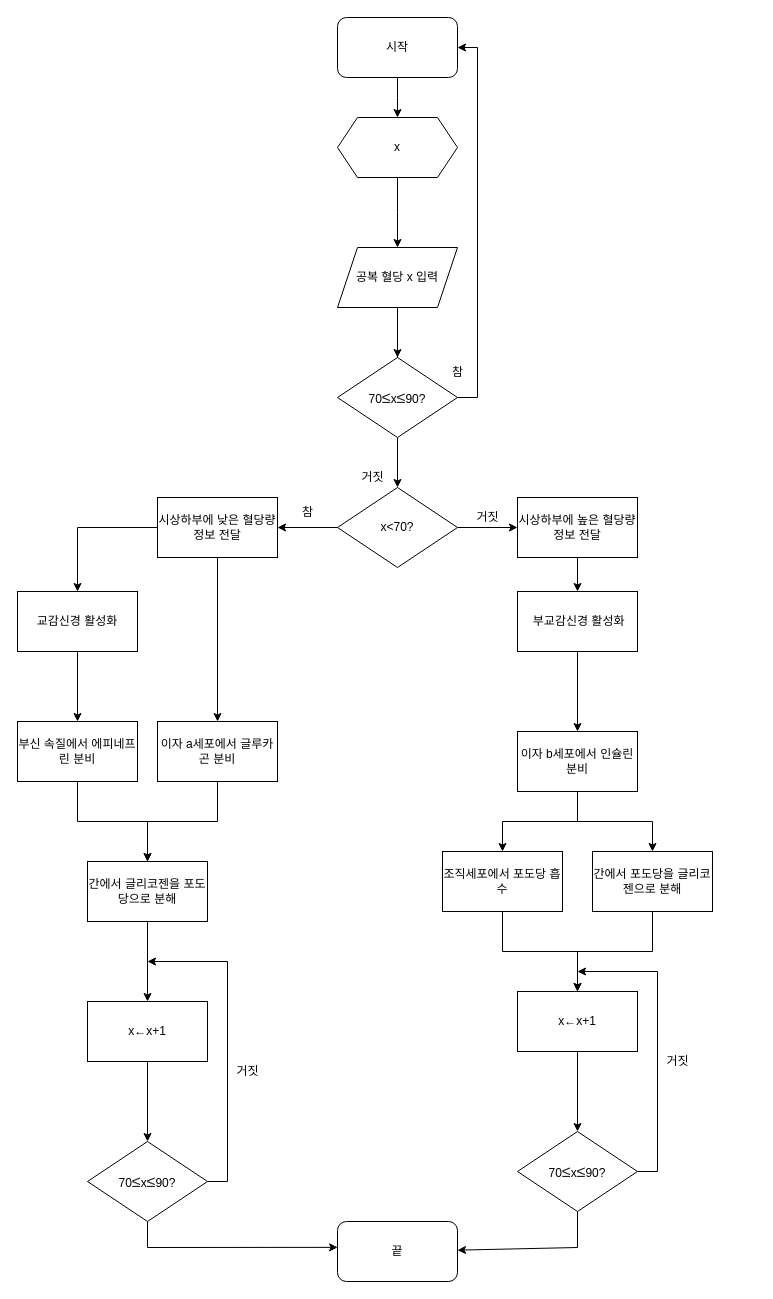
Limlim0208/fusion-subject-research keeps this draw.io diagram as page "혈당량 조절" (1 of 4) of Untitled Diagram.drawio. Above is the earlier version. Source tidied: cells renumbered, new cells numbered last; positions are measured from the earlier drawing's top-left corner, leaving out a move shared by most shapes. Both pictures are drawn from the tidied source at 100%, with x=0, y=0 at pixel (17, 17).
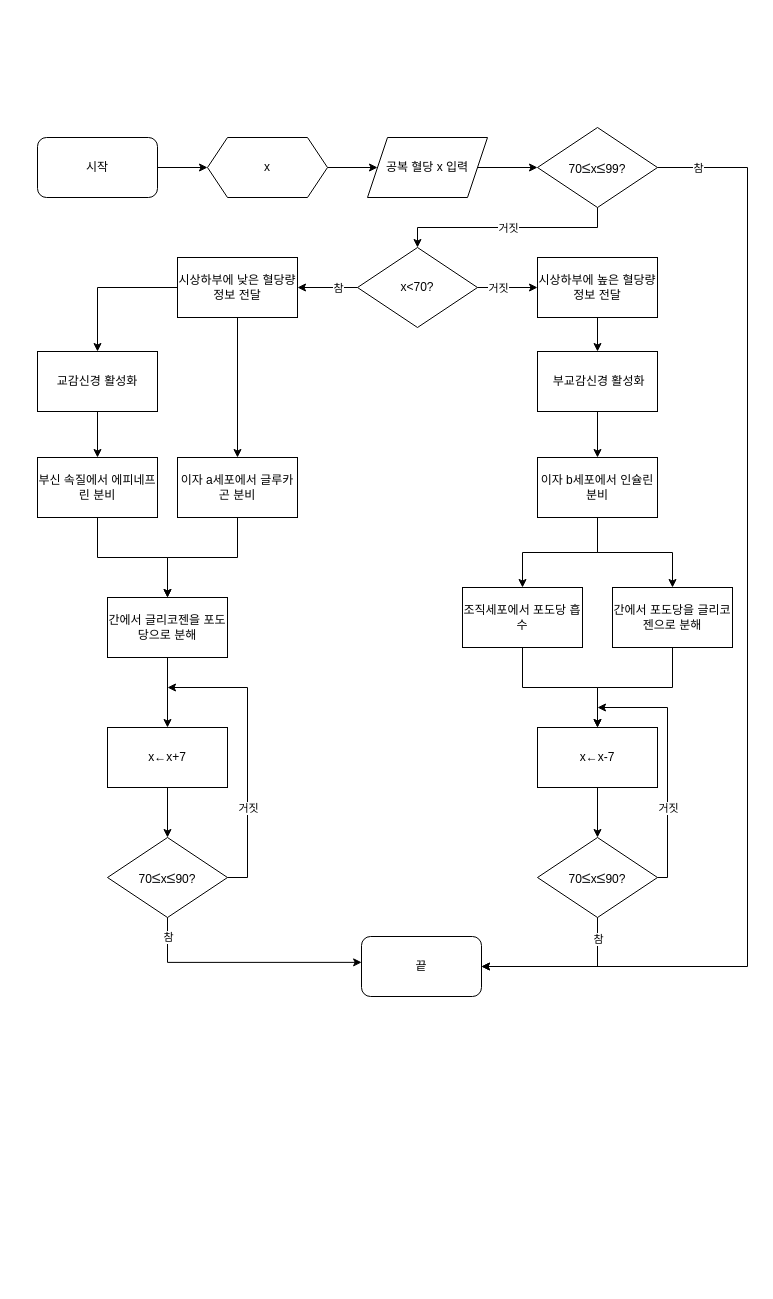
After the change.

The edit, as a diff of the source:
```diff
@@
-    <mxCell id="2" style="edgeStyle=orthogonalEdgeStyle;rounded=0;jettySize=auto;html=1;strokeColor=default;" parent="1" edge="1" source="3">
-      <mxGeometry relative="1" as="geometry">
-        <mxPoint x="380" y="100" as="targetPoint" />
-      </mxGeometry>
+    <mxCell id="2" style="edgeStyle=orthogonalEdgeStyle;rounded=0;jettySize=auto;html=1;strokeColor=default;entryX=0;entryY=0.5;entryDx=0;entryDy=0;" parent="1" edge="1" source="3" target="23">
+      <mxGeometry relative="1" as="geometry" />
     </mxCell>
     <mxCell id="3" value="시작" style="rounded=1;whiteSpace=wrap;html=1;" parent="1" vertex="1">
-      <mxGeometry x="320" width="120" height="60" as="geometry" />
+      <mxGeometry x="20" y="120" width="120" height="60" as="geometry" />
     </mxCell>
-    <mxCell id="4" style="edgeStyle=orthogonalEdgeStyle;rounded=0;orthogonalLoop=1;jettySize=auto;html=1;strokeColor=default;" parent="1" edge="1">
-      <mxGeometry relative="1" as="geometry">
-        <mxPoint x="380" y="290" as="sourcePoint" />
-        <mxPoint x="380" y="360" as="targetPoint" />
-      </mxGeometry>
-    </mxCell>
-    <mxCell id="5" value="참" style="text;html=1;align=center;verticalAlign=middle;strokeColor=none;fillColor=none;" parent="1" vertex="1">
-      <mxGeometry x="420" y="340" width="40" height="30" as="geometry" />
-    </mxCell>
-    <mxCell id="6" style="edgeStyle=orthogonalEdgeStyle;rounded=0;jettySize=auto;html=1;strokeColor=default;entryX=0.5;entryY=0;entryDx=0;entryDy=0;" parent="1" edge="1" source="7" target="11">
+    <mxCell id="6" style="edgeStyle=orthogonalEdgeStyle;rounded=0;jettySize=auto;html=1;strokeColor=default;entryX=0;entryY=0.5;entryDx=0;entryDy=0;" parent="1" edge="1" source="7" target="11">
       <mxGeometry relative="1" as="geometry" />
     </mxCell>
     <mxCell id="7" value="공복 혈당 x 입력" style="shape=parallelogram;perimeter=parallelogramPerimeter;whiteSpace=wrap;html=1;fixedSize=1;" parent="1" vertex="1">
-      <mxGeometry x="320" y="230" width="120" height="60" as="geometry" />
+      <mxGeometry x="350" y="120" width="120" height="60" as="geometry" />
     </mxCell>
-    <mxCell id="8" value="거짓" style="text;html=1;align=center;verticalAlign=middle;strokeColor=none;fillColor=none;" parent="1" vertex="1">
-      <mxGeometry x="330" y="445" width="50" height="30" as="geometry" />
-    </mxCell>
-    <mxCell id="9" style="rounded=0;jettySize=auto;html=1;strokeColor=default;edgeStyle=orthogonalEdgeStyle;entryX=1;entryY=0.5;entryDx=0;entryDy=0;" parent="1" edge="1" source="11" target="3">
-      <mxGeometry relative="1" as="geometry">
-        <Array as="points">
-          <mxPoint x="460" y="380" />
-          <mxPoint x="460" y="30" />
-        </Array>
-      </mxGeometry>
-    </mxCell>
-    <mxCell id="10" style="edgeStyle=orthogonalEdgeStyle;rounded=0;jettySize=auto;html=1;strokeColor=default;" parent="1" edge="1" source="11" target="14">
-      <mxGeometry relative="1" as="geometry" />
-    </mxCell>
-    <mxCell id="11" value="70&lt;span style=&quot;color: rgb(32, 33, 36); font-family: &amp;quot;Apple SD Gothic Neo&amp;quot;, arial, sans-serif; font-size: 16px; text-align: left; background-color: rgb(255, 255, 255);&quot;&gt;≤&lt;/span&gt;x&lt;span style=&quot;color: rgb(32, 33, 36); font-family: &amp;quot;Apple SD Gothic Neo&amp;quot;, arial, sans-serif; font-size: 16px; text-align: left; background-color: rgb(255, 255, 255);&quot;&gt;≤&lt;/span&gt;90?" style="rhombus;whiteSpace=wrap;html=1;" parent="1" vertex="1">
-      <mxGeometry x="320" y="340" width="120" height="80" as="geometry" />
+    <mxCell id="11" value="70&lt;span style=&quot;color: rgb(32, 33, 36); font-family: &amp;quot;Apple SD Gothic Neo&amp;quot;, arial, sans-serif; font-size: 16px; text-align: left; background-color: rgb(255, 255, 255);&quot;&gt;≤&lt;/span&gt;x&lt;span style=&quot;color: rgb(32, 33, 36); font-family: &amp;quot;Apple SD Gothic Neo&amp;quot;, arial, sans-serif; font-size: 16px; text-align: left; background-color: rgb(255, 255, 255);&quot;&gt;≤&lt;/span&gt;99?" style="rhombus;whiteSpace=wrap;html=1;" parent="1" vertex="1">
+      <mxGeometry x="520" y="110" width="120" height="80" as="geometry" />
     </mxCell>
-    <mxCell id="12" style="edgeStyle=orthogonalEdgeStyle;rounded=0;jettySize=auto;html=1;strokeColor=default;" parent="1" edge="1" source="14" target="17">
-      <mxGeometry relative="1" as="geometry" />
-    </mxCell>
-    <mxCell id="13" style="edgeStyle=orthogonalEdgeStyle;rounded=0;jettySize=auto;html=1;strokeColor=default;" parent="1" edge="1" source="14" target="20">
-      <mxGeometry relative="1" as="geometry" />
-    </mxCell>
     <mxCell id="14" value="x&amp;lt;70?" style="rhombus;whiteSpace=wrap;html=1;" parent="1" vertex="1">
-      <mxGeometry x="320" y="470" width="120" height="80" as="geometry" />
+      <mxGeometry x="340" y="230" width="120" height="80" as="geometry" />
     </mxCell>
@@
     <mxCell id="17" value="시상하부에 낮은 혈당량 정보 전달" style="whiteSpace=wrap;html=1;" parent="1" vertex="1">
-      <mxGeometry x="140" y="480" width="120" height="60" as="geometry" />
+      <mxGeometry x="160" y="240" width="120" height="60" as="geometry" />
     </mxCell>
-    <mxCell id="18" value="참" style="text;html=1;align=center;verticalAlign=middle;strokeColor=none;fillColor=none;" parent="1" vertex="1">
-      <mxGeometry x="270" y="480" width="40" height="30" as="geometry" />
-    </mxCell>
@@
     <mxCell id="20" value="시상하부에 높은 혈당량 정보 전달" style="whiteSpace=wrap;html=1;" parent="1" vertex="1">
-      <mxGeometry x="500" y="480" width="120" height="60" as="geometry" />
+      <mxGeometry x="520" y="240" width="120" height="60" as="geometry" />
     </mxCell>
-    <mxCell id="21" value="거짓" style="text;html=1;align=center;verticalAlign=middle;strokeColor=none;fillColor=none;" parent="1" vertex="1">
-      <mxGeometry x="445" y="485" width="50" height="30" as="geometry" />
-    </mxCell>
-    <mxCell id="22" style="edgeStyle=orthogonalEdgeStyle;rounded=0;jettySize=auto;html=1;strokeColor=default;" parent="1" edge="1" source="23">
-      <mxGeometry relative="1" as="geometry">
-        <mxPoint x="380" y="230" as="targetPoint" />
-      </mxGeometry>
+    <mxCell id="22" style="edgeStyle=orthogonalEdgeStyle;rounded=0;jettySize=auto;html=1;strokeColor=default;entryX=0;entryY=0.5;entryDx=0;entryDy=0;exitX=1;exitY=0.5;exitDx=0;exitDy=0;" parent="1" edge="1" source="23" target="7">
+      <mxGeometry relative="1" as="geometry" />
     </mxCell>
     <mxCell id="23" value="x" style="shape=hexagon;perimeter=hexagonPerimeter2;whiteSpace=wrap;html=1;fixedSize=1;" parent="1" vertex="1">
-      <mxGeometry x="320" y="100" width="120" height="60" as="geometry" />
+      <mxGeometry x="190" y="120" width="120" height="60" as="geometry" />
     </mxCell>
@@
     <mxCell id="25" value="교감신경 활성화" style="whiteSpace=wrap;html=1;" parent="1" vertex="1">
-      <mxGeometry y="574" width="120" height="60" as="geometry" />
+      <mxGeometry x="20" y="334" width="120" height="60" as="geometry" />
     </mxCell>
@@
     <mxCell id="27" value="부신 속질에서 에피네프린 분비" style="whiteSpace=wrap;html=1;" parent="1" vertex="1">
-      <mxGeometry y="704" width="120" height="60" as="geometry" />
+      <mxGeometry x="20" y="440" width="120" height="60" as="geometry" />
     </mxCell>
@@
     <mxCell id="29" value="이자 a세포에서 글루카곤 분비" style="whiteSpace=wrap;html=1;" parent="1" vertex="1">
-      <mxGeometry x="140" y="704" width="120" height="60" as="geometry" />
+      <mxGeometry x="160" y="440" width="120" height="60" as="geometry" />
     </mxCell>
@@
     <mxCell id="31" value="간에서 글리코젠을 포도당으로 분해" style="whiteSpace=wrap;html=1;" parent="1" vertex="1">
-      <mxGeometry x="70" y="844" width="120" height="60" as="geometry" />
+      <mxGeometry x="90" y="580" width="120" height="60" as="geometry" />
     </mxCell>
@@
-    <mxCell id="33" value="x←x+1" style="whiteSpace=wrap;html=1;" parent="1" vertex="1">
-      <mxGeometry x="70" y="984" width="120" height="60" as="geometry" />
+    <mxCell id="33" value="x←x+7" style="whiteSpace=wrap;html=1;" parent="1" vertex="1">
+      <mxGeometry x="90" y="710" width="120" height="60" as="geometry" />
     </mxCell>
     <mxCell id="34" value="70&lt;span style=&quot;color: rgb(32, 33, 36); font-family: &amp;quot;Apple SD Gothic Neo&amp;quot;, arial, sans-serif; font-size: 16px; text-align: left; background-color: rgb(255, 255, 255);&quot;&gt;≤&lt;/span&gt;x&lt;span style=&quot;color: rgb(32, 33, 36); font-family: &amp;quot;Apple SD Gothic Neo&amp;quot;, arial, sans-serif; font-size: 16px; text-align: left; background-color: rgb(255, 255, 255);&quot;&gt;≤&lt;/span&gt;90?" style="rhombus;whiteSpace=wrap;html=1;" parent="1" vertex="1">
-      <mxGeometry x="70" y="1124" width="120" height="80" as="geometry" />
+      <mxGeometry x="90" y="820" width="120" height="80" as="geometry" />
     </mxCell>
-    <mxCell id="35" style="endArrow=classic;html=1;rounded=0;strokeColor=default;edgeStyle=elbowEdgeStyle;" parent="1" edge="1">
-      <mxGeometry relative="1" as="geometry">
-        <mxPoint x="190" y="1164" as="sourcePoint" />
-        <mxPoint x="130" y="944" as="targetPoint" />
-        <Array as="points">
-          <mxPoint x="210" y="1054" />
-        </Array>
-      </mxGeometry>
-    </mxCell>
-    <mxCell id="36" value="거짓" style="text;html=1;align=center;verticalAlign=middle;strokeColor=none;fillColor=none;" parent="1" vertex="1">
-      <mxGeometry x="205" y="1039" width="50" height="30" as="geometry" />
-    </mxCell>
     <mxCell id="37" value="끝" style="rounded=1;whiteSpace=wrap;html=1;" parent="1" vertex="1">
-      <mxGeometry x="320" y="1204" width="120" height="60" as="geometry" />
+      <mxGeometry x="344" y="919" width="120" height="60" as="geometry" />
     </mxCell>
@@
     <mxCell id="39" value="&amp;nbsp;부교감신경 활성화" style="whiteSpace=wrap;html=1;" parent="1" vertex="1">
-      <mxGeometry x="500" y="574" width="120" height="60" as="geometry" />
+      <mxGeometry x="520" y="334" width="120" height="60" as="geometry" />
     </mxCell>
@@
     <mxCell id="42" value="이자 b세포에서 인슐린 분비" style="whiteSpace=wrap;html=1;" parent="1" vertex="1">
-      <mxGeometry x="500" y="714" width="120" height="60" as="geometry" />
+      <mxGeometry x="520" y="440" width="120" height="60" as="geometry" />
     </mxCell>
     <mxCell id="43" value="조직세포에서 포도당 흡수" style="whiteSpace=wrap;html=1;" parent="1" vertex="1">
-      <mxGeometry x="425" y="834" width="120" height="60" as="geometry" />
+      <mxGeometry x="445" y="570" width="120" height="60" as="geometry" />
     </mxCell>
     <mxCell id="44" value="간에서 포도당을 글리코젠으로 분해" style="whiteSpace=wrap;html=1;" parent="1" vertex="1">
-      <mxGeometry x="575" y="834" width="120" height="60" as="geometry" />
+      <mxGeometry x="595" y="570" width="120" height="60" as="geometry" />
     </mxCell>
@@
-    <mxCell id="46" value="x←x+1" style="whiteSpace=wrap;html=1;" parent="1" vertex="1">
-      <mxGeometry x="500" y="974" width="120" height="60" as="geometry" />
+    <mxCell id="46" value="x←x-7" style="whiteSpace=wrap;html=1;" parent="1" vertex="1">
+      <mxGeometry x="520" y="710" width="120" height="60" as="geometry" />
     </mxCell>
     <mxCell id="47" value="70&lt;span style=&quot;color: rgb(32, 33, 36); font-family: &amp;quot;Apple SD Gothic Neo&amp;quot;, arial, sans-serif; font-size: 16px; text-align: left; background-color: rgb(255, 255, 255);&quot;&gt;≤&lt;/span&gt;x&lt;span style=&quot;color: rgb(32, 33, 36); font-family: &amp;quot;Apple SD Gothic Neo&amp;quot;, arial, sans-serif; font-size: 16px; text-align: left; background-color: rgb(255, 255, 255);&quot;&gt;≤&lt;/span&gt;90?" style="rhombus;whiteSpace=wrap;html=1;" parent="1" vertex="1">
-      <mxGeometry x="500" y="1114" width="120" height="80" as="geometry" />
+      <mxGeometry x="520" y="820" width="120" height="80" as="geometry" />
     </mxCell>
-    <mxCell id="48" style="endArrow=classic;html=1;rounded=0;strokeColor=default;edgeStyle=elbowEdgeStyle;" parent="1" edge="1">
-      <mxGeometry relative="1" as="geometry">
-        <mxPoint x="620" y="1154" as="sourcePoint" />
-        <mxPoint x="560" y="954" as="targetPoint" />
-        <Array as="points">
-          <mxPoint x="640" y="1044" />
-        </Array>
-      </mxGeometry>
-    </mxCell>
-    <mxCell id="49" value="거짓" style="text;html=1;align=center;verticalAlign=middle;strokeColor=none;fillColor=none;" parent="1" vertex="1">
-      <mxGeometry x="635" y="1029" width="50" height="30" as="geometry" />
-    </mxCell>
     <mxCell id="50" style="edgeStyle=orthogonalEdgeStyle;rounded=0;jettySize=auto;html=1;strokeColor=default;exitX=0.5;exitY=1;exitDx=0;exitDy=0;" parent="1" edge="1" source="43">
       <mxGeometry relative="1" as="geometry">
-        <mxPoint x="560" y="974" as="targetPoint" />
+        <mxPoint x="580" y="710" as="targetPoint" />
         <Array as="points">
-          <mxPoint x="485" y="934" />
-          <mxPoint x="560" y="934" />
+          <mxPoint x="505" y="670" />
+          <mxPoint x="580" y="670" />
         </Array>
       </mxGeometry>
     </mxCell>
     <mxCell id="51" style="edgeStyle=orthogonalEdgeStyle;rounded=0;jettySize=auto;html=1;strokeColor=default;exitX=0.5;exitY=1;exitDx=0;exitDy=0;" parent="1" edge="1" source="44">
       <mxGeometry relative="1" as="geometry">
-        <mxPoint x="560" y="974" as="targetPoint" />
+        <mxPoint x="580" y="710" as="targetPoint" />
         <Array as="points">
-          <mxPoint x="635" y="934" />
-          <mxPoint x="560" y="934" />
+          <mxPoint x="655" y="670" />
+          <mxPoint x="580" y="670" />
         </Array>
       </mxGeometry>
     </mxCell>
-    <mxCell id="52" style="endArrow=classic;html=1;rounded=0;strokeColor=default;elbow=vertical;entryX=0.001;entryY=0.431;entryDx=0;entryDy=0;entryPerimeter=0;" parent="1" edge="1" target="37">
-      <mxGeometry relative="1" as="geometry">
-        <mxPoint x="130" y="1204" as="sourcePoint" />
-        <Array as="points">
-          <mxPoint x="130" y="1230" />
-        </Array>
-      </mxGeometry>
+    <mxCell id="52" style="endArrow=classic;html=1;rounded=0;strokeColor=default;elbow=vertical;entryX=0.001;entryY=0.431;entryDx=0;entryDy=0;entryPerimeter=0;exitX=0.5;exitY=1;exitDx=0;exitDy=0;edgeStyle=orthogonalEdgeStyle;" parent="1" edge="1" source="34" target="37">
+      <mxGeometry relative="1" as="geometry" />
     </mxCell>
+    <mxCell id="54" value="참" style="edgeLabel;html=1;align=center;verticalAlign=middle;" parent="52" vertex="1">
+      <mxGeometry x="-0.92" y="1" relative="1" as="geometry">
+        <mxPoint x="-1" y="9" as="offset" />
+      </mxGeometry>
+    </mxCell>
-    <mxCell id="53" style="endArrow=classic;html=1;rounded=0;strokeColor=default;elbow=vertical;exitX=0.5;exitY=1;exitDx=0;exitDy=0;" parent="1" edge="1" source="47" target="37">
-      <mxGeometry relative="1" as="geometry">
-        <Array as="points">
-          <mxPoint x="560" y="1230" />
-        </Array>
-      </mxGeometry>
+    <mxCell id="53" style="endArrow=classic;html=1;rounded=0;strokeColor=default;elbow=vertical;exitX=0.5;exitY=1;exitDx=0;exitDy=0;entryX=1;entryY=0.5;entryDx=0;entryDy=0;edgeStyle=orthogonalEdgeStyle;" parent="1" edge="1" source="47" target="37">
+      <mxGeometry relative="1" as="geometry" />
     </mxCell>
+    <mxCell id="55" value="참" style="edgeLabel;html=1;align=center;verticalAlign=middle;" parent="53" vertex="1">
+      <mxGeometry x="-0.75" relative="1" as="geometry" />
+    </mxCell>
+    <mxCell id="10" style="endArrow=classic;html=1;rounded=0;exitX=0.5;exitY=1;exitDx=0;exitDy=0;entryX=0.5;entryY=0;entryDx=0;entryDy=0;edgeStyle=orthogonalEdgeStyle;" parent="1" edge="1" source="11" target="14">
+      <mxGeometry relative="1" as="geometry" />
+    </mxCell>
+    <mxCell id="56" value="거짓" style="edgeLabel;html=1;align=center;verticalAlign=middle;" parent="10" vertex="1">
+      <mxGeometry relative="1" as="geometry" />
+    </mxCell>
+    <mxCell id="12" style="endArrow=classic;html=1;rounded=0;exitX=0;exitY=0.5;exitDx=0;exitDy=0;entryX=1;entryY=0.5;entryDx=0;entryDy=0;" parent="1" edge="1" source="14" target="17">
+      <mxGeometry relative="1" as="geometry" />
+    </mxCell>
+    <mxCell id="57" value="참" style="edgeLabel;html=1;align=center;verticalAlign=middle;" parent="12" vertex="1">
+      <mxGeometry relative="1" as="geometry">
+        <mxPoint x="10" as="offset" />
+      </mxGeometry>
+    </mxCell>
+    <mxCell id="13" style="endArrow=classic;html=1;rounded=0;exitX=1;exitY=0.5;exitDx=0;exitDy=0;entryX=0;entryY=0.5;entryDx=0;entryDy=0;" parent="1" edge="1" source="14" target="20">
+      <mxGeometry relative="1" as="geometry" />
+    </mxCell>
+    <mxCell id="58" value="거짓" style="edgeLabel;html=1;align=center;verticalAlign=middle;" parent="13" vertex="1">
+      <mxGeometry relative="1" as="geometry">
+        <mxPoint x="-10" as="offset" />
+      </mxGeometry>
+    </mxCell>
+    <mxCell id="59" style="endArrow=classic;html=1;rounded=0;exitX=1;exitY=0.5;exitDx=0;exitDy=0;edgeStyle=orthogonalEdgeStyle;entryX=1;entryY=0.5;entryDx=0;entryDy=0;" parent="1" edge="1" source="11" target="37">
+      <mxGeometry relative="1" as="geometry">
+        <Array as="points">
+          <mxPoint x="730" y="150" />
+          <mxPoint x="730" y="949" />
+        </Array>
+      </mxGeometry>
+    </mxCell>
+    <mxCell id="60" value="참" style="edgeLabel;html=1;align=center;verticalAlign=middle;" parent="59" vertex="1">
+      <mxGeometry relative="1" as="geometry">
+        <mxPoint x="-50" y="-488" as="offset" />
+      </mxGeometry>
+    </mxCell>
+    <mxCell id="61" style="endArrow=classic;html=1;rounded=0;exitX=1;exitY=0.5;exitDx=0;exitDy=0;edgeStyle=orthogonalEdgeStyle;" parent="1" edge="1" source="34">
+      <mxGeometry relative="1" as="geometry">
+        <mxPoint x="150" y="670" as="targetPoint" />
+        <Array as="points">
+          <mxPoint x="230" y="860" />
+          <mxPoint x="230" y="670" />
+        </Array>
+      </mxGeometry>
+    </mxCell>
+    <mxCell id="62" value="거짓" style="edgeLabel;html=1;align=center;verticalAlign=middle;" parent="61" vertex="1">
+      <mxGeometry relative="1" as="geometry">
+        <mxPoint y="55" as="offset" />
+      </mxGeometry>
+    </mxCell>
+    <mxCell id="63" style="endArrow=classic;html=1;rounded=0;exitX=1;exitY=0.5;exitDx=0;exitDy=0;edgeStyle=orthogonalEdgeStyle;" parent="1" edge="1" source="47">
+      <mxGeometry relative="1" as="geometry">
+        <mxPoint x="580" y="690" as="targetPoint" />
+        <Array as="points">
+          <mxPoint x="650" y="860" />
+          <mxPoint x="650" y="690" />
+        </Array>
+      </mxGeometry>
+    </mxCell>
+    <mxCell id="64" value="거짓" style="edgeLabel;html=1;align=center;verticalAlign=middle;" parent="63" vertex="1">
+      <mxGeometry relative="1" as="geometry">
+        <mxPoint y="45" as="offset" />
+      </mxGeometry>
+    </mxCell>
```
